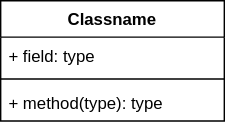
Before: module_13/Диаграмма без названия.drawio.svg, a diagram exported from draw.io (Styans/design_patterns_su). Source tidied: cells renumbered, new cells last; positions are measured from the earlier drawing's top-left corner, leaving out a move shared by most shapes.
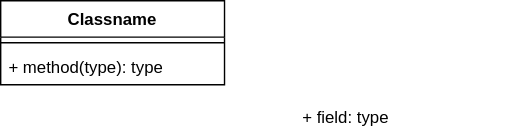
The same file after the commit.

Diff of the diagram source:
```diff
@@ -3,16 +3,16 @@
     <mxCell id="0" />
     <mxCell id="1" parent="0" />
     <mxCell id="2" value="Classname" style="swimlane;fontStyle=1;align=center;verticalAlign=top;horizontal=1;startSize=26;whiteSpace=wrap;html=1;" parent="1" vertex="1">
-      <mxGeometry width="160" height="86" as="geometry" />
+      <mxGeometry width="160" height="60" as="geometry" />
     </mxCell>
-    <mxCell id="3" value="+ field: type" style="text;strokeColor=none;fillColor=none;align=left;verticalAlign=top;spacingLeft=4;spacingRight=4;overflow=hidden;whiteSpace=wrap;html=1;" parent="2" vertex="1">
-      <mxGeometry y="26" width="160" height="26" as="geometry" />
-    </mxCell>
     <mxCell id="4" style="line;strokeWidth=1;fillColor=none;align=left;verticalAlign=middle;spacingTop=-1;spacingLeft=3;spacingRight=3;labelPosition=right;strokeColor=inherit;" parent="2" vertex="1">
-      <mxGeometry y="52" width="160" height="8" as="geometry" />
+      <mxGeometry y="26" width="160" height="8" as="geometry" />
     </mxCell>
     <mxCell id="5" value="+ method(type): type" style="text;strokeColor=none;fillColor=none;align=left;verticalAlign=top;spacingLeft=4;spacingRight=4;overflow=hidden;whiteSpace=wrap;html=1;" parent="2" vertex="1">
-      <mxGeometry y="60" width="160" height="26" as="geometry" />
+      <mxGeometry y="34" width="160" height="26" as="geometry" />
     </mxCell>
+    <mxCell id="3" value="+ field: type" style="text;strokeColor=none;fillColor=none;align=left;verticalAlign=top;spacingLeft=4;spacingRight=4;overflow=hidden;whiteSpace=wrap;html=1;" parent="1" vertex="1">
+      <mxGeometry x="210" y="70" width="160" height="26" as="geometry" />
+    </mxCell>
   </root>
 </mxGraphModel>
```
